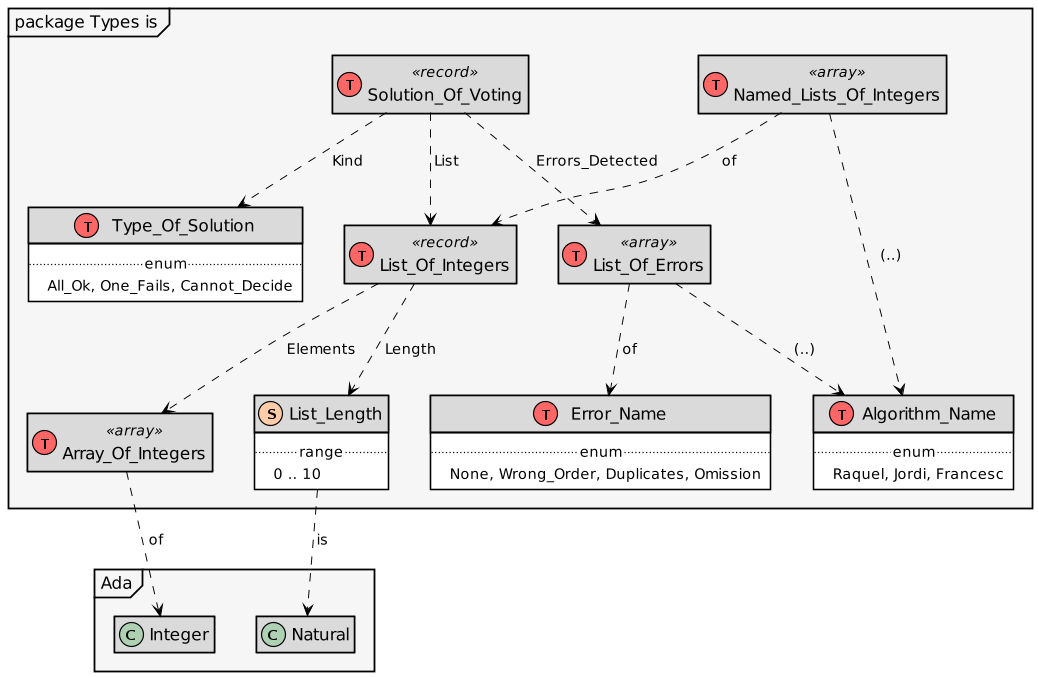
The PlantUML diagram doc/Types.png in rocher/fsa21-srts-sw-dl, before a commit. Its diagram source:
```plantuml
@startuml
!include https://raw.github.com/rocher/AdaML/master/AdaML.puml
scale 1024 width

begin_package_spec("Types")
  begin_type("Algorithm_Name")
    enum("Raquel, Jordi, Francesc")
  end()
  begin_type("Error_Name")
    enum("None, Wrong_Order, Duplicates, Omission")
  end()
  type("Array_Of_Integers", "array")
  begin_subtype("List_Length")
    range("0 .. 10")
  end()
  type("List_Of_Integers", "record")
  type("Named_Lists_Of_Integers", "array")
  type("List_Of_Errors", "array")
  begin_type("Type_Of_Solution")
    enum("All_Ok, One_Fails, Cannot_Decide")
  end()
  type("Solution_Of_Voting", "record")

  depends("List_Of_Integers", "Array_Of_Integers", "Elements")
  depends("List_Of_Integers", "List_Length", "Length")
  depends("Named_Lists_Of_Integers", "List_Of_Integers", "of")
  depends("Named_Lists_Of_Integers", "Algorithm_Name", "(..)")
  depends("List_Of_Errors", "Error_Name", "of")
  depends("List_Of_Errors", "Algorithm_Name", "(..)")
  depends("Solution_Of_Voting", "Type_Of_Solution", "Kind")
  depends("Solution_Of_Voting", "List_Of_Integers", "List")
  depends("Solution_Of_Voting", "List_Of_Errors", "Errors_Detected")
  depends("List_Length", "Ada.Natural", "is")
  depends("Array_Of_Integers", "Ada.Integer", "of")
end()
@enduml
```
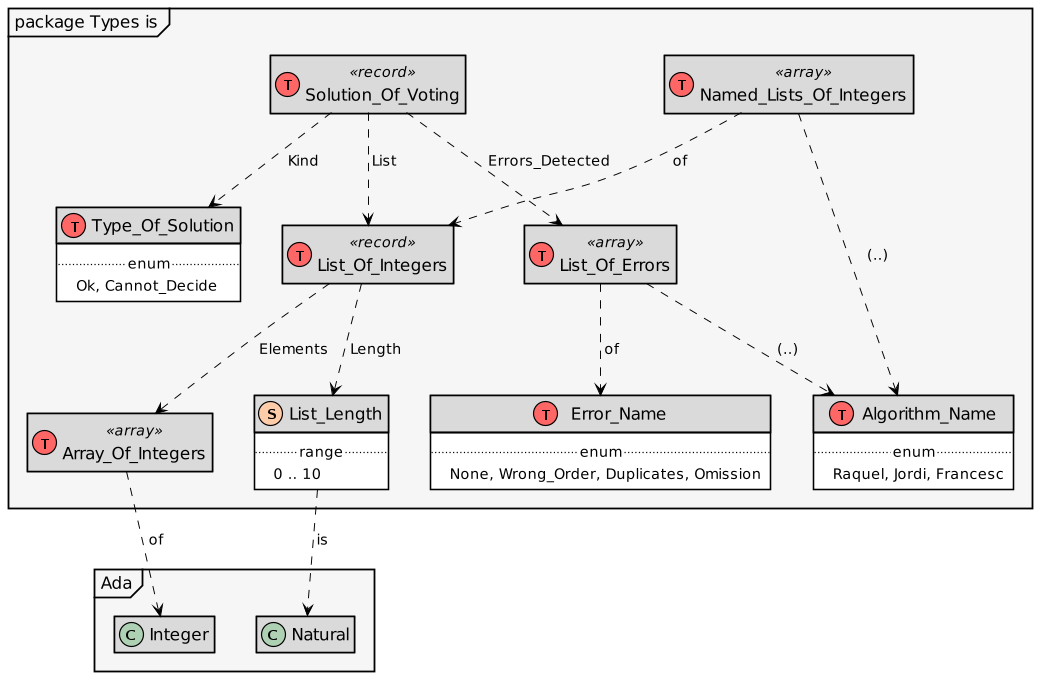
After the commit.

Change to the diagram source:
```diff
@@ -1,4 +1,5 @@
 @startuml
+
 !include https://raw.github.com/rocher/AdaML/master/AdaML.puml
 scale 1024 width
 
@@ -17,7 +18,7 @@
   type("Named_Lists_Of_Integers", "array")
   type("List_Of_Errors", "array")
   begin_type("Type_Of_Solution")
-    enum("All_Ok, One_Fails, Cannot_Decide")
+    enum("Ok, Cannot_Decide")
   end()
   type("Solution_Of_Voting", "record")
 
@@ -33,4 +34,5 @@
   depends("List_Length", "Ada.Natural", "is")
   depends("Array_Of_Integers", "Ada.Integer", "of")
 end()
+
 @enduml
```
